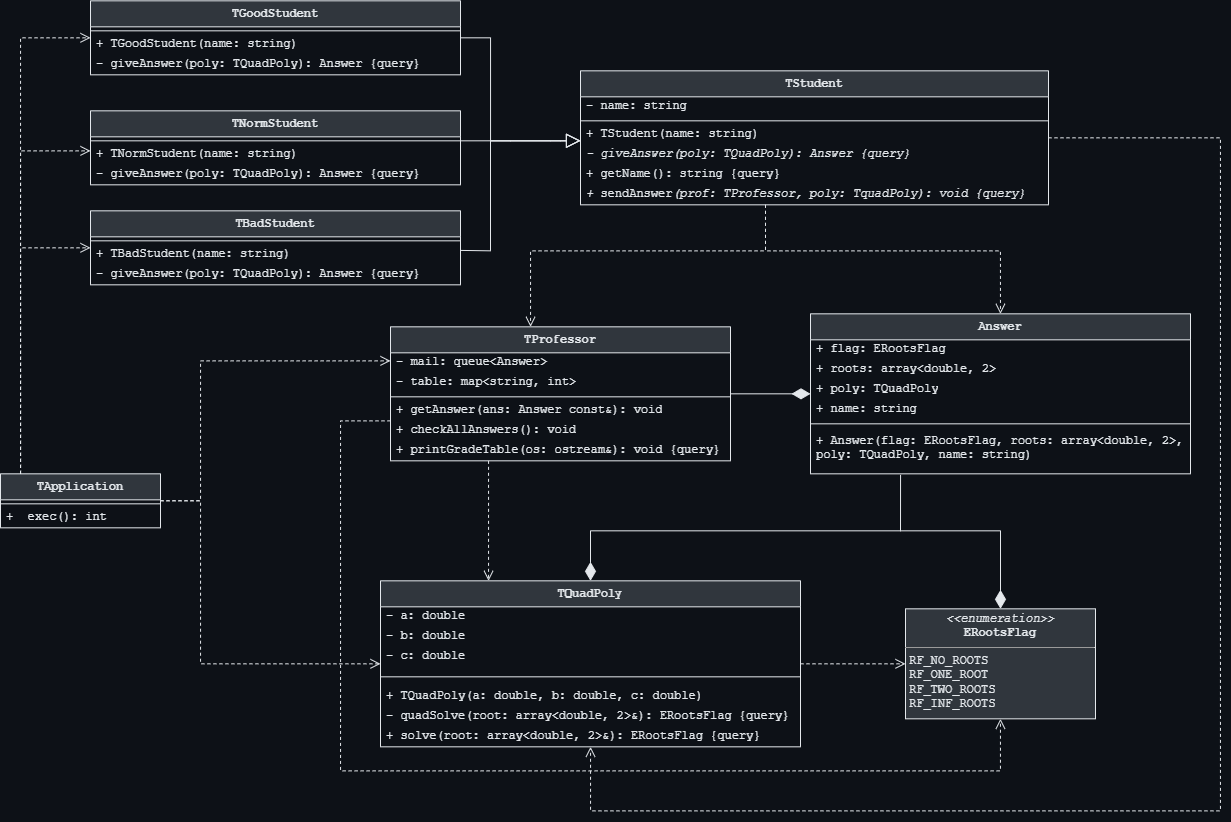
Before: Сlass diagram.png, a diagram exported from draw.io (Darknessich/CPP2023-2-SimPassing). Source tidied: cells renumbered, new cells last; positions are measured from the earlier drawing's top-left corner, leaving out a move shared by most shapes.
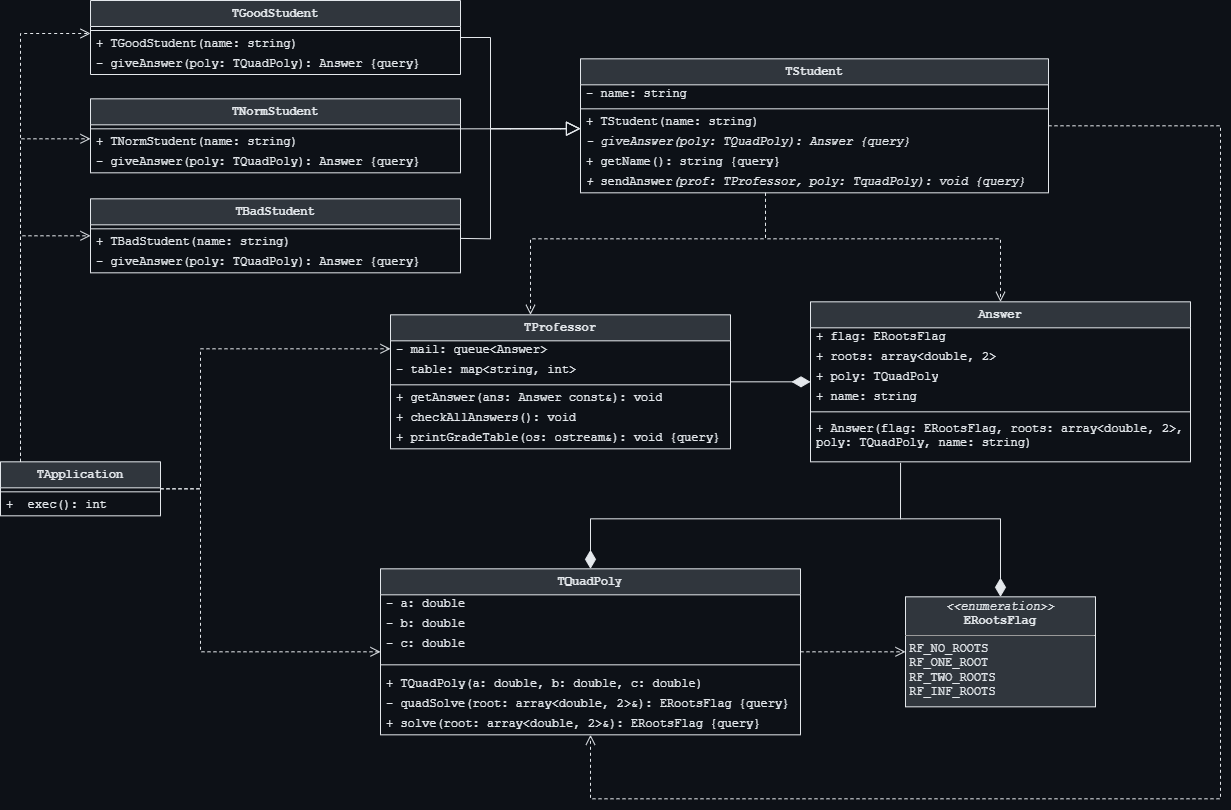
After the change.

The edit, as a diff of the source:
```diff
@@ -98,23 +98,6 @@
     <mxCell id="28" style="endArrow=diamondThin;endFill=1;endSize=16;html=1;rounded=0;startSize=4;fontFamily=Courier New;fontColor=#E4E8EC;strokeColor=#E4E8EC;" parent="1" edge="1" source="11" target="18">
       <mxGeometry relative="1" as="geometry" />
     </mxCell>
-    <mxCell id="29" style="edgeStyle=orthogonalEdgeStyle;rounded=0;jettySize=auto;html=1;dashed=1;endArrow=open;endFill=0;fontFamily=Courier New;endSize=8;startSize=2;fontColor=#E4E8EC;strokeColor=#E4E8EC;" parent="1" edge="1" source="11" target="2">
-      <mxGeometry relative="1" as="geometry">
-        <Array as="points">
-          <mxPoint x="488" y="510.3" />
-          <mxPoint x="488" y="510.3" />
-        </Array>
-      </mxGeometry>
-    </mxCell>
-    <mxCell id="30" style="edgeStyle=orthogonalEdgeStyle;rounded=0;jettySize=auto;html=1;dashed=1;endArrow=open;endFill=0;fontFamily=Courier New;endSize=8;startSize=2;fontColor=#E4E8EC;strokeColor=#E4E8EC;" parent="1" edge="1" source="11" target="10">
-      <mxGeometry relative="1" as="geometry">
-        <Array as="points">
-          <mxPoint x="340" y="420.3" />
-          <mxPoint x="340" y="770.3" />
-          <mxPoint x="1000" y="770.3" />
-        </Array>
-      </mxGeometry>
-    </mxCell>
     <mxCell id="31" value="TStudent" style="swimlane;fontStyle=1;align=center;verticalAlign=top;horizontal=1;startSize=26;whiteSpace=wrap;html=1;fontFamily=Courier New;fontColor=#E4E8EC;strokeColor=#E4E8EC;fillColor=#30363D;" parent="1" vertex="1">
       <mxGeometry x="580" y="70.3" width="468" height="134" as="geometry" />
     </mxCell>
@@ -174,7 +157,7 @@
       <mxGeometry y="54" width="370" height="20" as="geometry" />
     </mxCell>
     <mxCell id="45" value="&lt;font&gt;TGoodStudent&lt;/font&gt;" style="swimlane;fontStyle=1;align=center;verticalAlign=top;horizontal=1;startSize=26;whiteSpace=wrap;html=1;fontFamily=Courier New;labelBorderColor=none;strokeWidth=1;strokeColor=#E4E8EC;fontColor=#E4E8EC;fillColor=#30363D;" parent="1" vertex="1">
-      <mxGeometry x="90" y="0.3" width="370" height="74" as="geometry" />
+      <mxGeometry x="90" y="12" width="370" height="74" as="geometry" />
     </mxCell>
     <mxCell id="46" style="line;strokeWidth=1;fillColor=none;align=left;verticalAlign=middle;spacingTop=-1;spacingLeft=3;spacingRight=3;labelPosition=right;strokeColor=inherit;fontFamily=Courier New;fontColor=#E4E8EC;" parent="45" vertex="1">
       <mxGeometry y="26" width="370" height="8" as="geometry" />
@@ -219,8 +202,8 @@
     <mxCell id="55" style="endArrow=block;endFill=0;endSize=12;html=1;rounded=0;edgeStyle=orthogonalEdgeStyle;fontFamily=Courier New;fontColor=#E4E8EC;strokeColor=#E4E8EC;" parent="1" edge="1" source="45" target="31">
       <mxGeometry relative="1" as="geometry">
         <Array as="points">
-          <mxPoint x="490" y="37.3" />
-          <mxPoint x="490" y="140.3" />
+          <mxPoint x="490" y="49" />
+          <mxPoint x="490" y="140" />
         </Array>
       </mxGeometry>
     </mxCell>
@@ -266,7 +249,7 @@
     <mxCell id="63" style="edgeStyle=orthogonalEdgeStyle;rounded=0;jettySize=auto;html=1;dashed=1;endArrow=open;endFill=0;fontFamily=Courier New;endSize=8;startSize=2;strokeColor=#E4E8EC;fontColor=#E4E8EC;" parent="1" edge="1" source="56" target="45">
       <mxGeometry relative="1" as="geometry">
         <Array as="points">
-          <mxPoint x="20" y="37.3" />
+          <mxPoint x="20" y="45" />
         </Array>
       </mxGeometry>
     </mxCell>
```
